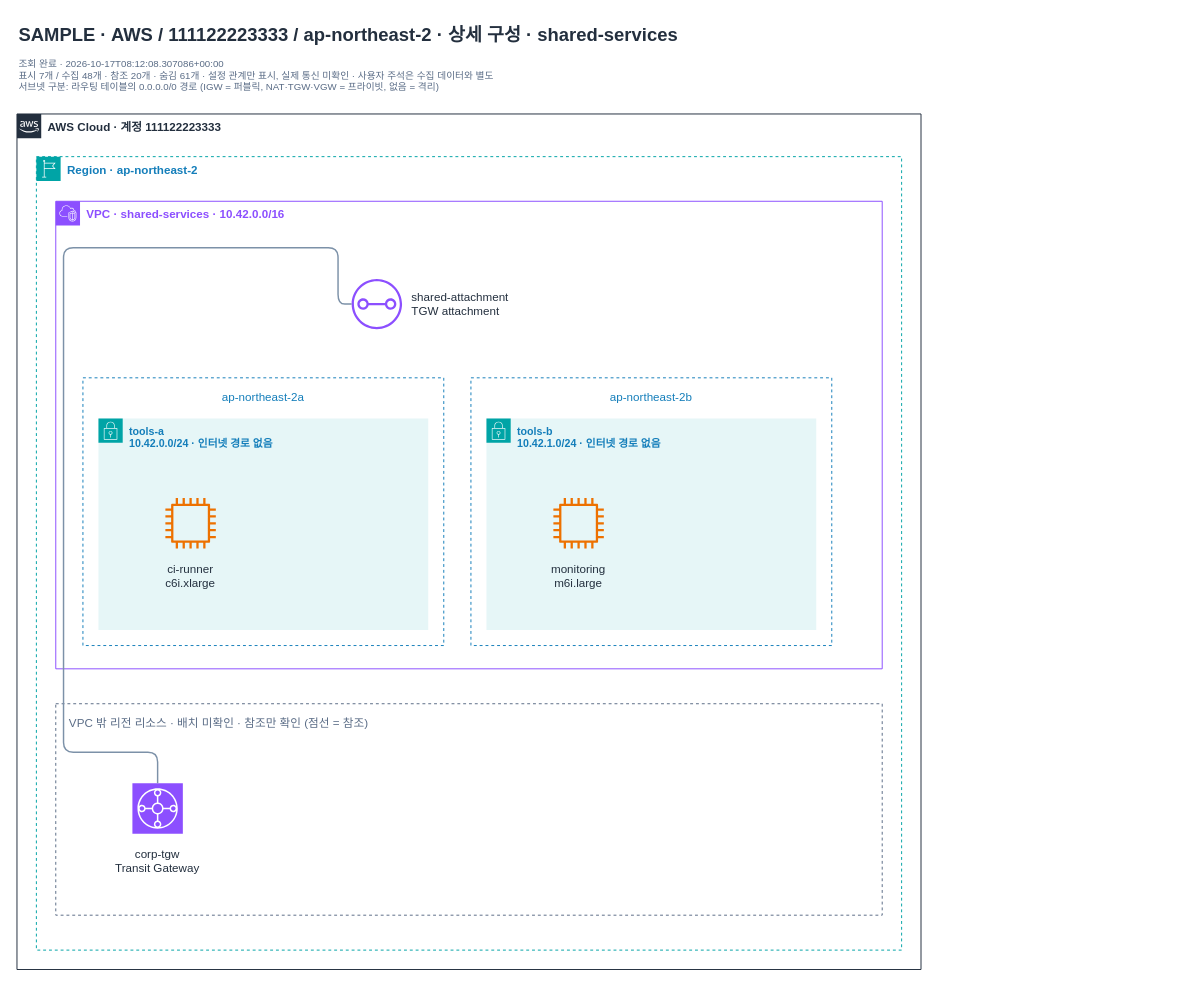
The draw.io diagram page "vpc-shared000000000004" (3 of 4) of examples/samples/environments/topology.drawio in men16922/diagram-bot, before the edit. Source tidied: cells renumbered, new cells numbered last; positions are measured from the earlier drawing's top-left corner, leaving out a move shared by most shapes. Both pictures are drawn from the tidied source at 97%, with x=0, y=0 at pixel (16, 16).
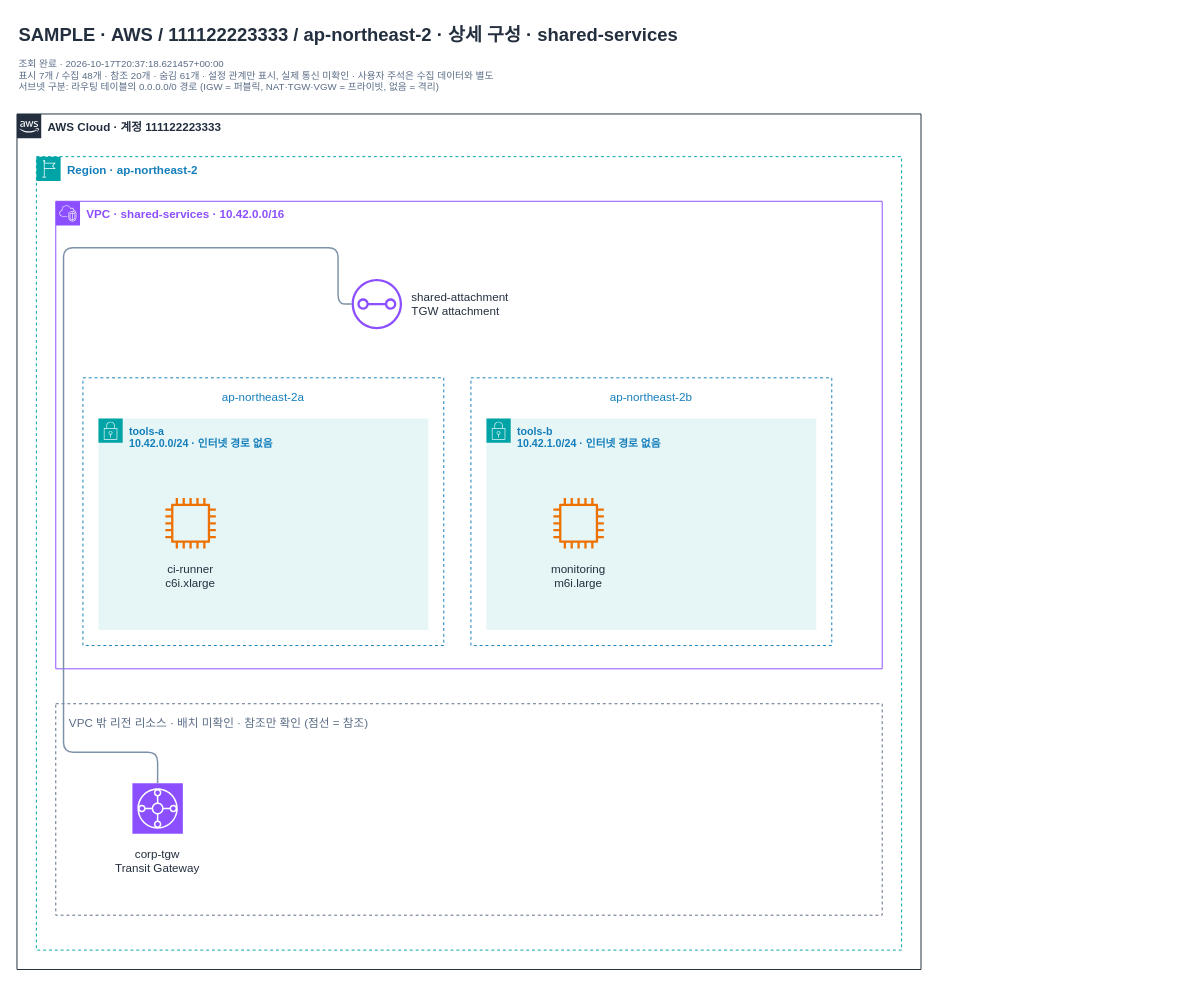
The same diagram, later.

Change to the diagram source:
```diff
@@
 <mxGraphModel background="#ffffff">
   <root>
     <mxCell id="0" />
     <mxCell id="1" parent="0" />
     <mxCell id="2" value="SAMPLE · AWS / 111122223333 / ap-northeast-2 · 상세 구성 · shared-services" style="html=0;fontFamily=Arial;fontSize=12;fontColor=#232F3E;text;align=left;fontSize=19;fontStyle=1;strokeColor=none;fillColor=none;" parent="1" vertex="1">
       <mxGeometry width="1200" height="30" as="geometry" />
     </mxCell>
-    <mxCell id="3" value="조회 완료 · 2026-10-17T08:12:08.307086+00:00&#10;표시 7개 / 수집 48개 · 참조 20개 · 숨김 61개 · 설정 관계만 표시, 실제 통신 미확인 · 사용자 주석은 수집 데이터와 별도&#10;서브넷 구분: 라우팅 테이블의 0.0.0.0/0 경로 (IGW = 퍼블릭, NAT·TGW·VGW = 프라이빗, 없음 = 격리)" style="html=0;fontFamily=Arial;fontSize=12;fontColor=#232F3E;text;align=left;verticalAlign=top;whiteSpace=wrap;fontSize=10;fontColor=#5A6C86;strokeColor=none;fillColor=none;" parent="1" vertex="1">
+    <mxCell id="3" value="조회 완료 · 2026-10-17T20:37:18.621457+00:00&#10;표시 7개 / 수집 48개 · 참조 20개 · 숨김 61개 · 설정 관계만 표시, 실제 통신 미확인 · 사용자 주석은 수집 데이터와 별도&#10;서브넷 구분: 라우팅 테이블의 0.0.0.0/0 경로 (IGW = 퍼블릭, NAT·TGW·VGW = 프라이빗, 없음 = 격리)" style="html=0;fontFamily=Arial;fontSize=12;fontColor=#232F3E;text;align=left;verticalAlign=top;whiteSpace=wrap;fontSize=10;fontColor=#5A6C86;strokeColor=none;fillColor=none;" parent="1" vertex="1">
       <mxGeometry y="36" width="960" height="42" as="geometry" />
     </mxCell>
     <mxCell id="4" value="AWS Cloud · 계정 111122223333" style="html=0;fontFamily=Arial;fontSize=12;fontColor=#232F3E;gradientColor=none;whiteSpace=wrap;fontStyle=1;shape=mxgraph.aws4.group;verticalAlign=top;align=left;spacingLeft=30;grIcon=mxgraph.aws4.group_aws_cloud_alt;strokeColor=#232F3E;fillColor=none;fontColor=#232F3E;dashed=0;" parent="1" vertex="1">
       <mxGeometry y="100" width="932" height="882" as="geometry" />
     </mxCell>
     <mxCell id="5" value="Region · ap-northeast-2" style="html=0;fontFamily=Arial;fontSize=12;fontColor=#232F3E;gradientColor=none;whiteSpace=wrap;fontStyle=1;shape=mxgraph.aws4.group;verticalAlign=top;align=left;spacingLeft=30;grIcon=mxgraph.aws4.group_region;strokeColor=#00A4A6;fillColor=none;fontColor=#147EBA;dashed=1;" parent="4" vertex="1">
       <mxGeometry x="20" y="44" width="892" height="818" as="geometry" />
     </mxCell>
     <mxCell id="6" value="VPC  ·  shared-services  ·  10.42.0.0/16" style="html=0;fontFamily=Arial;fontSize=12;fontColor=#232F3E;gradientColor=none;whiteSpace=wrap;fontStyle=1;shape=mxgraph.aws4.group;verticalAlign=top;align=left;spacingLeft=30;grIcon=mxgraph.aws4.group_vpc2;strokeColor=#8C4FFF;fillColor=none;fontColor=#8C4FFF;dashed=0;" parent="5" vertex="1">
       <mxGeometry x="20" y="46" width="852" height="482" as="geometry" />
     </mxCell>
     <mxCell id="7" value="shared-attachment&#10;TGW attachment" style="html=0;fontFamily=Arial;fontSize=12;fontColor=#232F3E;whiteSpace=wrap;labelWidth=170;labelPosition=right;verticalLabelPosition=middle;align=left;verticalAlign=middle;spacingLeft=8;shape=mxgraph.aws4.transit_gateway_attachment;fillColor=#8C4FFF;strokeColor=none;gradientColor=none;outlineConnect=0;" parent="6" vertex="1">
       <mxGeometry x="305" y="80" width="52" height="52" as="geometry" />
     </mxCell>
     <mxCell id="8" value="ap-northeast-2a" style="html=0;fontFamily=Arial;fontSize=12;fontColor=#232F3E;whiteSpace=wrap;verticalAlign=top;fontStyle=0;fillColor=none;strokeColor=#147EBA;dashed=1;fontColor=#147EBA;align=center;spacingTop=6;" parent="6" vertex="1">
       <mxGeometry x="28" y="182" width="372" height="276" as="geometry" />
     </mxCell>
     <mxCell id="9" value="tools-a&#10;10.42.0.0/24 · 인터넷 경로 없음" style="html=0;fontFamily=Arial;fontSize=12;fontColor=#232F3E;gradientColor=none;whiteSpace=wrap;fontStyle=1;shape=mxgraph.aws4.group;verticalAlign=top;align=left;spacingLeft=30;grIcon=mxgraph.aws4.group_security_group;grStroke=0;strokeColor=#00A4A6;fillColor=#E6F6F7;fontColor=#147EBA;dashed=0;fontSize=11;" parent="8" vertex="1">
       <mxGeometry x="16" y="42" width="340" height="218" as="geometry" />
     </mxCell>
     <mxCell id="10" value="ci-runner&#10;c6i.xlarge" style="html=0;fontFamily=Arial;fontSize=12;fontColor=#232F3E;whiteSpace=wrap;labelWidth=140;align=center;verticalLabelPosition=bottom;verticalAlign=top;spacingTop=8;shape=mxgraph.aws4.instance2;fillColor=#ED7100;strokeColor=none;gradientColor=none;" parent="9" vertex="1">
       <mxGeometry x="69" y="82" width="52" height="52" as="geometry" />
     </mxCell>
     <mxCell id="11" value="ap-northeast-2b" style="html=0;fontFamily=Arial;fontSize=12;fontColor=#232F3E;whiteSpace=wrap;verticalAlign=top;fontStyle=0;fillColor=none;strokeColor=#147EBA;dashed=1;fontColor=#147EBA;align=center;spacingTop=6;" parent="6" vertex="1">
       <mxGeometry x="428" y="182" width="372" height="276" as="geometry" />
     </mxCell>
     <mxCell id="12" value="tools-b&#10;10.42.1.0/24 · 인터넷 경로 없음" style="html=0;fontFamily=Arial;fontSize=12;fontColor=#232F3E;gradientColor=none;whiteSpace=wrap;fontStyle=1;shape=mxgraph.aws4.group;verticalAlign=top;align=left;spacingLeft=30;grIcon=mxgraph.aws4.group_security_group;grStroke=0;strokeColor=#00A4A6;fillColor=#E6F6F7;fontColor=#147EBA;dashed=0;fontSize=11;" parent="11" vertex="1">
       <mxGeometry x="16" y="42" width="340" height="218" as="geometry" />
     </mxCell>
     <mxCell id="13" value="monitoring&#10;m6i.large" style="html=0;fontFamily=Arial;fontSize=12;fontColor=#232F3E;whiteSpace=wrap;labelWidth=140;align=center;verticalLabelPosition=bottom;verticalAlign=top;spacingTop=8;shape=mxgraph.aws4.instance2;fillColor=#ED7100;strokeColor=none;gradientColor=none;" parent="12" vertex="1">
       <mxGeometry x="69" y="82" width="52" height="52" as="geometry" />
     </mxCell>
     <mxCell id="14" value="VPC 밖 리전 리소스 · 배치 미확인 · 참조만 확인 (점선 = 참조)" style="html=0;fontFamily=Arial;fontSize=12;fontColor=#232F3E;whiteSpace=wrap;verticalAlign=top;fontStyle=0;fillColor=none;strokeColor=#5A6C86;dashed=1;fontColor=#5A6C86;align=left;spacingLeft=12;spacingTop=6;" parent="5" vertex="1">
       <mxGeometry x="20" y="564" width="852" height="218" as="geometry" />
     </mxCell>
     <mxCell id="15" value="corp-tgw&#10;Transit Gateway" style="html=0;fontFamily=Arial;fontSize=12;fontColor=#232F3E;whiteSpace=wrap;labelWidth=140;align=center;verticalLabelPosition=bottom;verticalAlign=top;spacingTop=8;shape=mxgraph.aws4.resourceIcon;resIcon=mxgraph.aws4.transit_gateway;fillColor=#8C4FFF;strokeColor=#FFFFFF;gradientColor=none;" parent="14" vertex="1">
       <mxGeometry x="79" y="82" width="52" height="52" as="geometry" />
     </mxCell>
     <mxCell id="16" style="exitX=0;exitY=0.500;entryX=0.500;entryY=0;edgeStyle=orthogonalEdgeStyle;rounded=1;html=0;fontFamily=Arial;fontSize=9;fontColor=#536A82;strokeColor=#7C91A8;strokeWidth=1.5;endArrow=none;labelBackgroundColor=#FFFFFF;" parent="1" edge="1" source="7" target="15">
       <mxGeometry relative="1" as="geometry">
         <Array as="points">
           <mxPoint x="331" y="296" />
           <mxPoint x="331" y="238" />
           <mxPoint x="48" y="238" />
           <mxPoint x="48" y="758" />
           <mxPoint x="145" y="758" />
         </Array>
       </mxGeometry>
     </mxCell>
   </root>
 </mxGraphModel>
```
